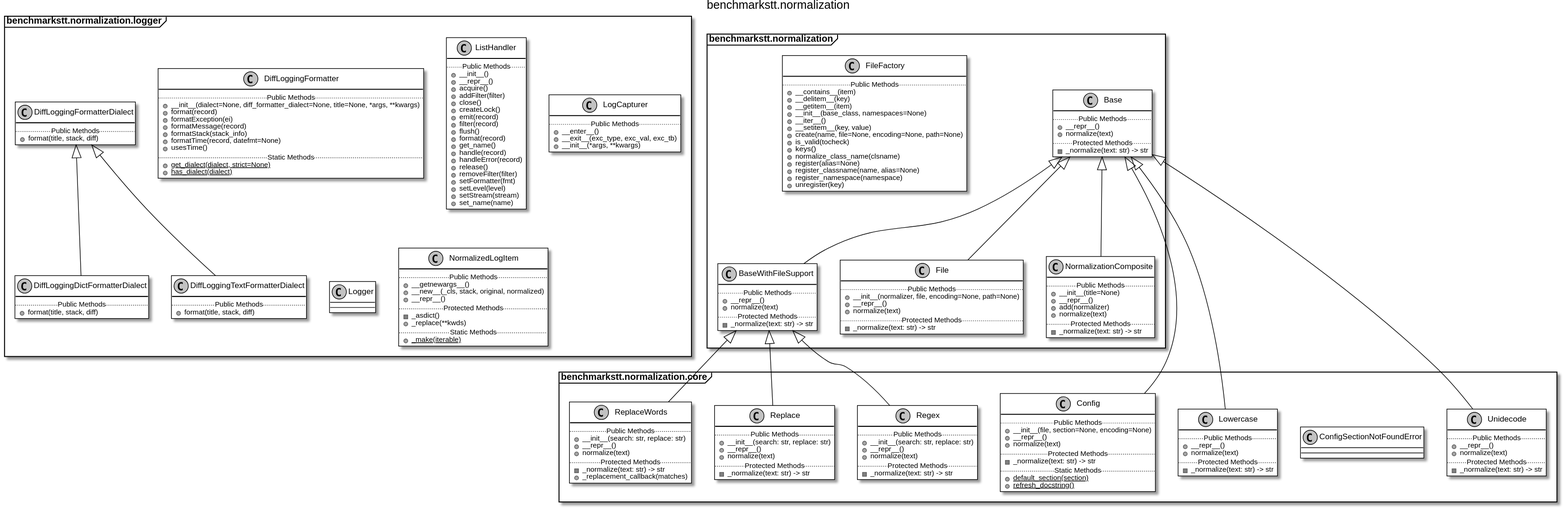
Before: docs/_static/uml/benchmarkstt.normalization.svg, a diagram exported from PlantUML (ebu/benchmarkstt).
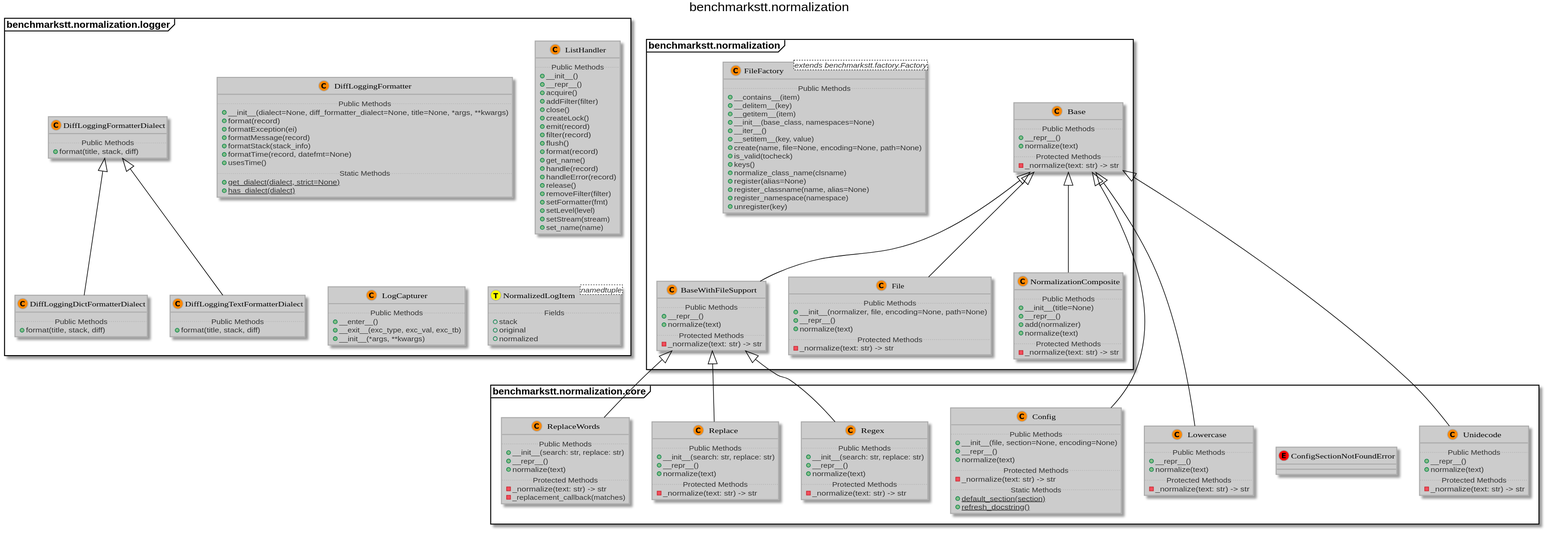
After the commit.

What changed in the source:
```diff
@@ -3,10 +3,11 @@
 title benchmarkstt.normalization
 
 skinparam packageStyle Frame
-!includeurl https://raw.githubusercontent.com/matthewjosephtaylor/plantuml-style/master/style.pu
+!define LIGHTORANGE
+!includeurl https://raw.githubusercontent.com/Drakemor/RedDress-PlantUML/master/style.puml
 package benchmarkstt.normalization {
 
-	class benchmarkstt.normalization.Base [[https://benchmarkstt.readthedocs.io/en/latest/modules/benchmarkstt.normalization.html#benchmarkstt.normalization.Base]] {
+	class benchmarkstt.normalization.Base  [[https://benchmarkstt.readthedocs.io/en/latest/modules/benchmarkstt.normalization.html#benchmarkstt.normalization.Base]] {
 		.. Public Methods ..
 		+__repr__()
 		+normalize(text)
@@ -15,7 +16,7 @@
 	}
 
 
-	class benchmarkstt.normalization.BaseWithFileSupport [[https://benchmarkstt.readthedocs.io/en/latest/modules/benchmarkstt.normalization.html#benchmarkstt.normalization.BaseWithFileSupport]] {
+	class benchmarkstt.normalization.BaseWithFileSupport  [[https://benchmarkstt.readthedocs.io/en/latest/modules/benchmarkstt.normalization.html#benchmarkstt.normalization.BaseWithFileSupport]] extends benchmarkstt.normalization.Base {
 		.. Public Methods ..
 		+__repr__()
 		+normalize(text)
@@ -25,7 +26,7 @@
 
 
 
-	class benchmarkstt.normalization.File [[https://benchmarkstt.readthedocs.io/en/latest/modules/benchmarkstt.normalization.html#benchmarkstt.normalization.File]] {
+	class benchmarkstt.normalization.File  [[https://benchmarkstt.readthedocs.io/en/latest/modules/benchmarkstt.normalization.html#benchmarkstt.normalization.File]] extends benchmarkstt.normalization.Base {
 		.. Public Methods ..
 		+__init__(normalizer, file, encoding=None, path=None)
 		+__repr__()
@@ -35,7 +36,7 @@
 	}
 
 
-	class benchmarkstt.normalization.FileFactory [[https://benchmarkstt.readthedocs.io/en/latest/modules/benchmarkstt.normalization.html#benchmarkstt.normalization.FileFactory]] {
+	class benchmarkstt.normalization.FileFactory<extends benchmarkstt.factory.Factory>  [[https://benchmarkstt.readthedocs.io/en/latest/modules/benchmarkstt.normalization.html#benchmarkstt.normalization.FileFactory]] {
 		.. Public Methods ..
 		+__contains__(item)
 		+__delitem__(key)
@@ -54,7 +55,7 @@
 	}
 
 
-	class benchmarkstt.normalization.NormalizationComposite [[https://benchmarkstt.readthedocs.io/en/latest/modules/benchmarkstt.normalization.html#benchmarkstt.normalization.NormalizationComposite]] {
+	class benchmarkstt.normalization.NormalizationComposite  [[https://benchmarkstt.readthedocs.io/en/latest/modules/benchmarkstt.normalization.html#benchmarkstt.normalization.NormalizationComposite]] extends benchmarkstt.normalization.Base {
 		.. Public Methods ..
 		+__init__(title=None)
 		+__repr__()
@@ -86,7 +87,7 @@
 
 package benchmarkstt.normalization.core {
 
-	class benchmarkstt.normalization.core.Config [[https://benchmarkstt.readthedocs.io/en/latest/modules/benchmarkstt.normalization.core.html#benchmarkstt.normalization.core.Config]] {
+	class benchmarkstt.normalization.core.Config  [[https://benchmarkstt.readthedocs.io/en/latest/modules/benchmarkstt.normalization.core.html#benchmarkstt.normalization.core.Config]] extends benchmarkstt.normalization.Base {
 		.. Public Methods ..
 		+__init__(file, section=None, encoding=None)
 		+__repr__()
@@ -99,11 +100,11 @@
 	}
 
 
-	class benchmarkstt.normalization.core.ConfigSectionNotFoundError [[https://benchmarkstt.readthedocs.io/en/latest/modules/benchmarkstt.normalization.core.html#benchmarkstt.normalization.core.ConfigSectionNotFoundError]] {
+	class benchmarkstt.normalization.core.ConfigSectionNotFoundError << (E,red) >> [[https://benchmarkstt.readthedocs.io/en/latest/modules/benchmarkstt.normalization.core.html#benchmarkstt.normalization.core.ConfigSectionNotFoundError]] {
 	}
 
 
-	class benchmarkstt.normalization.core.Lowercase [[https://benchmarkstt.readthedocs.io/en/latest/modules/benchmarkstt.normalization.core.html#benchmarkstt.normalization.core.Lowercase]] {
+	class benchmarkstt.normalization.core.Lowercase  [[https://benchmarkstt.readthedocs.io/en/latest/modules/benchmarkstt.normalization.core.html#benchmarkstt.normalization.core.Lowercase]] extends benchmarkstt.normalization.Base {
 		.. Public Methods ..
 		+__repr__()
 		+normalize(text)
@@ -112,7 +113,7 @@
 	}
 
 
-	class benchmarkstt.normalization.core.Regex [[https://benchmarkstt.readthedocs.io/en/latest/modules/benchmarkstt.normalization.core.html#benchmarkstt.normalization.core.Regex]] {
+	class benchmarkstt.normalization.core.Regex  [[https://benchmarkstt.readthedocs.io/en/latest/modules/benchmarkstt.normalization.core.html#benchmarkstt.normalization.core.Regex]] extends benchmarkstt.normalization.BaseWithFileSupport {
 		.. Public Methods ..
 		+__init__(search: str, replace: str)
 		+__repr__()
@@ -122,7 +123,7 @@
 	}
 
 
-	class benchmarkstt.normalization.core.Replace [[https://benchmarkstt.readthedocs.io/en/latest/modules/benchmarkstt.normalization.core.html#benchmarkstt.normalization.core.Replace]] {
+	class benchmarkstt.normalization.core.Replace  [[https://benchmarkstt.readthedocs.io/en/latest/modules/benchmarkstt.normalization.core.html#benchmarkstt.normalization.core.Replace]] extends benchmarkstt.normalization.BaseWithFileSupport {
 		.. Public Methods ..
 		+__init__(search: str, replace: str)
 		+__repr__()
@@ -132,18 +133,18 @@
 	}
 
 
-	class benchmarkstt.normalization.core.ReplaceWords [[https://benchmarkstt.readthedocs.io/en/latest/modules/benchmarkstt.normalization.core.html#benchmarkstt.normalization.core.ReplaceWords]] {
+	class benchmarkstt.normalization.core.ReplaceWords  [[https://benchmarkstt.readthedocs.io/en/latest/modules/benchmarkstt.normalization.core.html#benchmarkstt.normalization.core.ReplaceWords]] extends benchmarkstt.normalization.BaseWithFileSupport {
 		.. Public Methods ..
 		+__init__(search: str, replace: str)
 		+__repr__()
 		+normalize(text)
 		.. Protected Methods ..
 		-_normalize(text: str) -> str
-		+_replacement_callback(matches)
+		-_replacement_callback(matches)
 	}
 
 
-	class benchmarkstt.normalization.core.Unidecode [[https://benchmarkstt.readthedocs.io/en/latest/modules/benchmarkstt.normalization.core.html#benchmarkstt.normalization.core.Unidecode]] {
+	class benchmarkstt.normalization.core.Unidecode  [[https://benchmarkstt.readthedocs.io/en/latest/modules/benchmarkstt.normalization.core.html#benchmarkstt.normalization.core.Unidecode]] extends benchmarkstt.normalization.Base {
 		.. Public Methods ..
 		+__repr__()
 		+normalize(text)
@@ -156,13 +157,13 @@
 package benchmarkstt.normalization.logger {
 
 
-	class benchmarkstt.normalization.logger.DiffLoggingDictFormatterDialect [[https://benchmarkstt.readthedocs.io/en/latest/modules/benchmarkstt.normalization.logger.html#benchmarkstt.normalization.logger.DiffLoggingDictFormatterDialect]] {
+	class benchmarkstt.normalization.logger.DiffLoggingDictFormatterDialect  [[https://benchmarkstt.readthedocs.io/en/latest/modules/benchmarkstt.normalization.logger.html#benchmarkstt.normalization.logger.DiffLoggingDictFormatterDialect]] extends benchmarkstt.normalization.logger.DiffLoggingFormatterDialect {
 		.. Public Methods ..
 		+format(title, stack, diff)
 	}
 
 
-	class benchmarkstt.normalization.logger.DiffLoggingFormatter [[https://benchmarkstt.readthedocs.io/en/latest/modules/benchmarkstt.normalization.logger.html#benchmarkstt.normalization.logger.DiffLoggingFormatter]] {
+	class benchmarkstt.normalization.logger.DiffLoggingFormatter  [[https://benchmarkstt.readthedocs.io/en/latest/modules/benchmarkstt.normalization.logger.html#benchmarkstt.normalization.logger.DiffLoggingFormatter]] {
 		.. Public Methods ..
 		+__init__(dialect=None, diff_formatter_dialect=None, title=None, *args, **kwargs)
 		+format(record)
@@ -177,19 +178,19 @@
 	}
 
 
-	class benchmarkstt.normalization.logger.DiffLoggingFormatterDialect [[https://benchmarkstt.readthedocs.io/en/latest/modules/benchmarkstt.normalization.logger.html#benchmarkstt.normalization.logger.DiffLoggingFormatterDialect]] {
+	class benchmarkstt.normalization.logger.DiffLoggingFormatterDialect  [[https://benchmarkstt.readthedocs.io/en/latest/modules/benchmarkstt.normalization.logger.html#benchmarkstt.normalization.logger.DiffLoggingFormatterDialect]] {
 		.. Public Methods ..
 		+format(title, stack, diff)
 	}
 
 
-	class benchmarkstt.normalization.logger.DiffLoggingTextFormatterDialect [[https://benchmarkstt.readthedocs.io/en/latest/modules/benchmarkstt.normalization.logger.html#benchmarkstt.normalization.logger.DiffLoggingTextFormatterDialect]] {
+	class benchmarkstt.normalization.logger.DiffLoggingTextFormatterDialect  [[https://benchmarkstt.readthedocs.io/en/latest/modules/benchmarkstt.normalization.logger.html#benchmarkstt.normalization.logger.DiffLoggingTextFormatterDialect]] extends benchmarkstt.normalization.logger.DiffLoggingFormatterDialect {
 		.. Public Methods ..
 		+format(title, stack, diff)
 	}
 
 
-	class benchmarkstt.normalization.logger.ListHandler [[https://benchmarkstt.readthedocs.io/en/latest/modules/benchmarkstt.normalization.logger.html#benchmarkstt.normalization.logger.ListHandler]] {
+	class benchmarkstt.normalization.logger.ListHandler  [[https://benchmarkstt.readthedocs.io/en/latest/modules/benchmarkstt.normalization.logger.html#benchmarkstt.normalization.logger.ListHandler]] {
 		.. Public Methods ..
 		+__init__()
 		+__repr__()
@@ -213,7 +214,7 @@
 	}
 
 
-	class benchmarkstt.normalization.logger.LogCapturer [[https://benchmarkstt.readthedocs.io/en/latest/modules/benchmarkstt.normalization.logger.html#benchmarkstt.normalization.logger.LogCapturer]] {
+	class benchmarkstt.normalization.logger.LogCapturer  [[https://benchmarkstt.readthedocs.io/en/latest/modules/benchmarkstt.normalization.logger.html#benchmarkstt.normalization.logger.LogCapturer]] {
 		.. Public Methods ..
 		+__enter__()
 		+__exit__(exc_type, exc_val, exc_tb)
@@ -221,36 +222,17 @@
 	}
 
 
-	class benchmarkstt.normalization.logger.Logger [[https://benchmarkstt.readthedocs.io/en/latest/modules/benchmarkstt.normalization.logger.html#benchmarkstt.normalization.logger.Logger]] {
-	}
-
-
-	class benchmarkstt.normalization.logger.NormalizedLogItem [[https://benchmarkstt.readthedocs.io/en/latest/modules/benchmarkstt.normalization.logger.html#benchmarkstt.normalization.logger.NormalizedLogItem]] {
-		.. Public Methods ..
-		+__getnewargs__()
-		+__new__(_cls, stack, original, normalized)
-		+__repr__()
-		.. Protected Methods ..
-		-_asdict()
-		+_replace(**kwds)
-		.. Static Methods ..
-		{static} +_make(iterable)
+	class benchmarkstt.normalization.logger.NormalizedLogItem<namedtuple> << (T, yellow) >> [[https://benchmarkstt.readthedocs.io/en/latest/modules/benchmarkstt.normalization.logger.html#benchmarkstt.normalization.logger.NormalizedLogItem]] {
+		.. Fields ..
+		+stack
+		+original
+		+normalized
 	}
 
 
 }
 
 
-benchmarkstt.normalization.BaseWithFileSupport -up-|> benchmarkstt.normalization.Base
-benchmarkstt.normalization.File -up-|> benchmarkstt.normalization.Base
-benchmarkstt.normalization.NormalizationComposite -up-|> benchmarkstt.normalization.Base
-benchmarkstt.normalization.core.Config -up-|> benchmarkstt.normalization.Base
-benchmarkstt.normalization.core.Lowercase -up-|> benchmarkstt.normalization.Base
-benchmarkstt.normalization.core.Regex -up-|> benchmarkstt.normalization.BaseWithFileSupport
-benchmarkstt.normalization.core.Replace -up-|> benchmarkstt.normalization.BaseWithFileSupport
-benchmarkstt.normalization.core.ReplaceWords -up-|> benchmarkstt.normalization.BaseWithFileSupport
-benchmarkstt.normalization.core.Unidecode -up-|> benchmarkstt.normalization.Base
-benchmarkstt.normalization.logger.DiffLoggingDictFormatterDialect -up-|> benchmarkstt.normalization.logger.DiffLoggingFormatterDialect
-benchmarkstt.normalization.logger.DiffLoggingTextFormatterDialect -up-|> benchmarkstt.normalization.logger.DiffLoggingFormatterDialect
+
 
 @enduml
```
